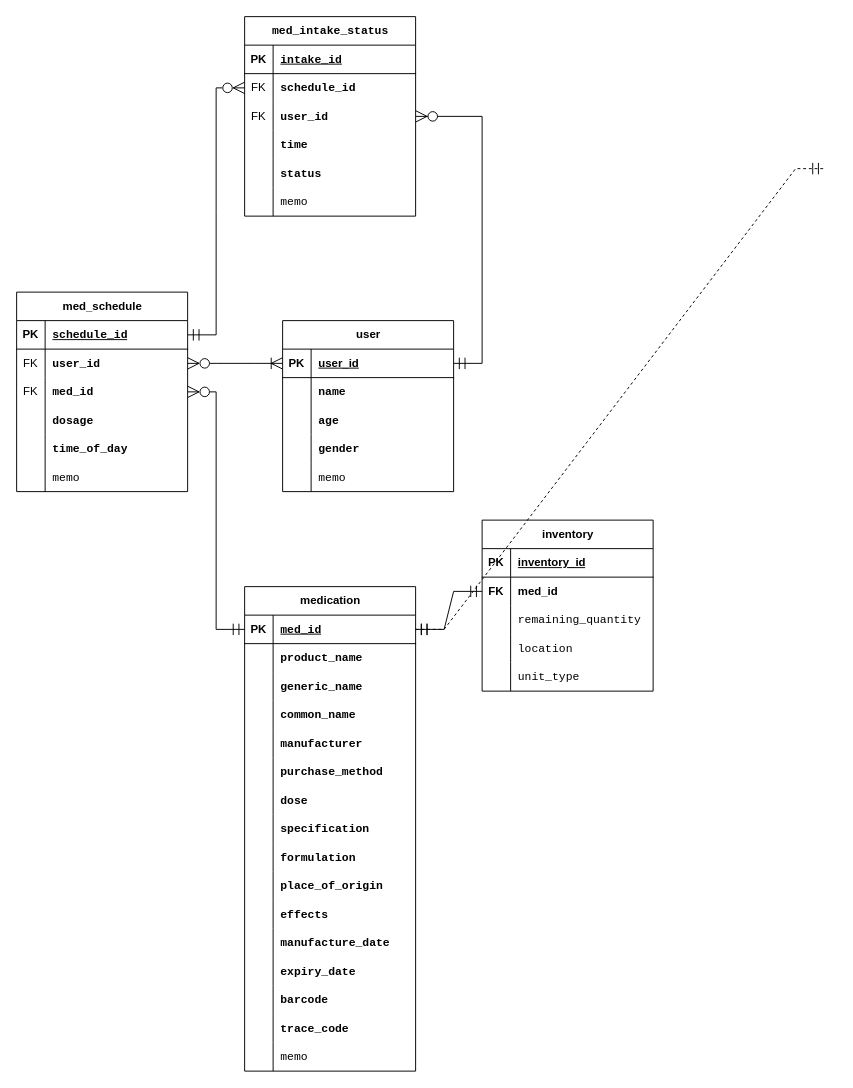
Earlier version of the draw.io diagram design_UML/first_design/first_design.drawio (ratio-dd/medication_inventory). Source tidied: cells renumbered, new cells numbered last; positions are measured from the earlier drawing's top-left corner, leaving out a move shared by most shapes. Both pictures are drawn from the tidied source at 95%, with x=0, y=0 at pixel (16, 16).
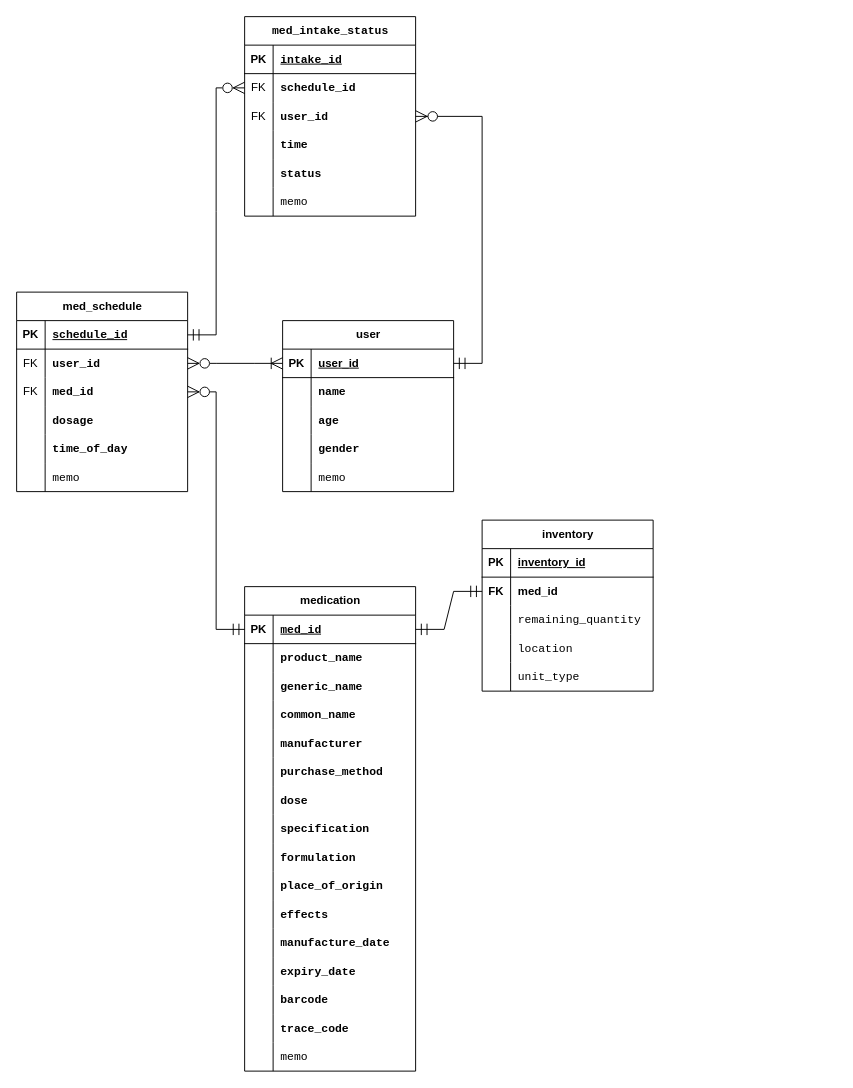
The same diagram, later.

The change refers to these unchanged cells:
```xml
<mxCell id="3" style="shape=tableRow;horizontal=0;startSize=0;swimlaneHead=0;swimlaneBody=0;fillColor=none;points=[[0,0.5],[1,0.5]];portConstraint=eastwest;top=0;left=0;right=0;bottom=1;" parent="2" vertex="1">
  <mxGeometry y="30" width="180" height="30" as="geometry" />
</mxCell>
```

The edit, as a diff of the source:
```diff
@@
-    <mxCell id="67" style="edgeStyle=entityRelationEdgeStyle;fontSize=12;html=1;endArrow=ERmandOne;endFill=0;rounded=0;endSize=10;startSize=10;startArrow=ERmandOne;startFill=0;dashed=1;" parent="1" edge="1" source="3">
-      <mxGeometry relative="1" as="geometry">
-        <mxPoint x="850" y="160" as="targetPoint" />
-      </mxGeometry>
-    </mxCell>
```
